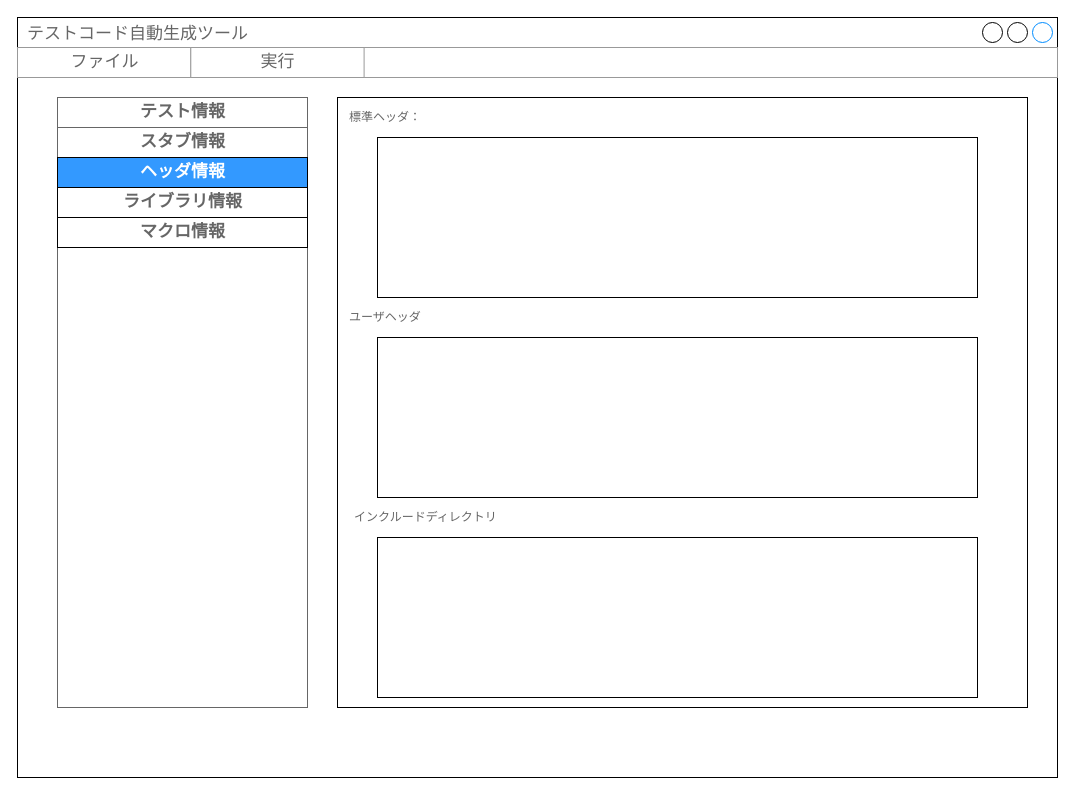
This is page "ヘッダ情報" (4 of 6) of doc/design/AutoTestPrep_ViewLayout.drawio from CountrySideEngineer/AutoTestPrep, a draw.io file, before an edit. Source tidied: cells renumbered, new cells numbered last; positions are measured from the earlier drawing's top-left corner, leaving out a move shared by most shapes. Both pictures are drawn from the tidied source at 100%, with x=0, y=0 at pixel (17, 17).
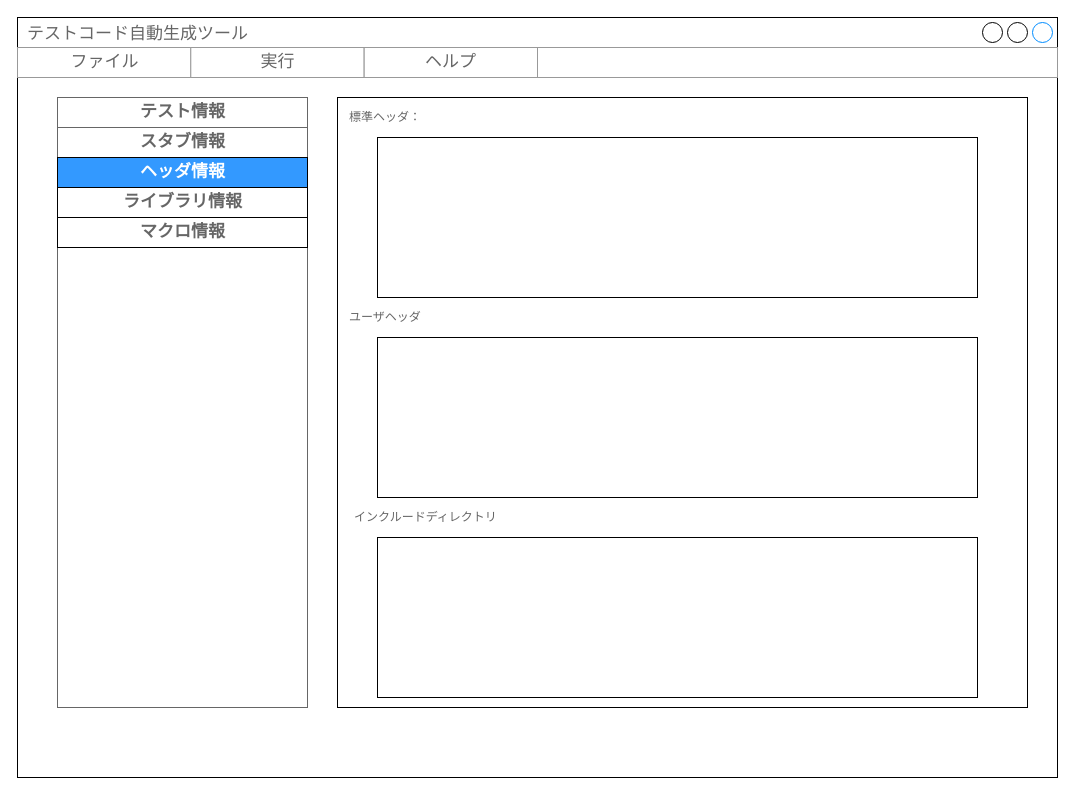
After the change.

The change refers to these unchanged cells:
```xml
<mxCell id="3" style="strokeWidth=1;shadow=0;dashed=0;align=center;html=1;shape=mxgraph.mockup.forms.rrect;rSize=0;strokeColor=#999999;" parent="1" vertex="1">
  <mxGeometry y="30" width="1040" height="30" as="geometry" />
</mxCell>
```

Diff of the diagram source:
```diff
@@
+    <mxCell id="19" value="ヘルプ" style="strokeColor=inherit;fillColor=inherit;gradientColor=inherit;strokeWidth=1;shadow=0;dashed=0;align=center;html=1;shape=mxgraph.mockup.forms.rrect;rSize=0;fontSize=17;fontColor=#666666;" parent="3" vertex="1">
+      <mxGeometry x="346.7" width="173.3" height="30" as="geometry" />
+    </mxCell>
```
